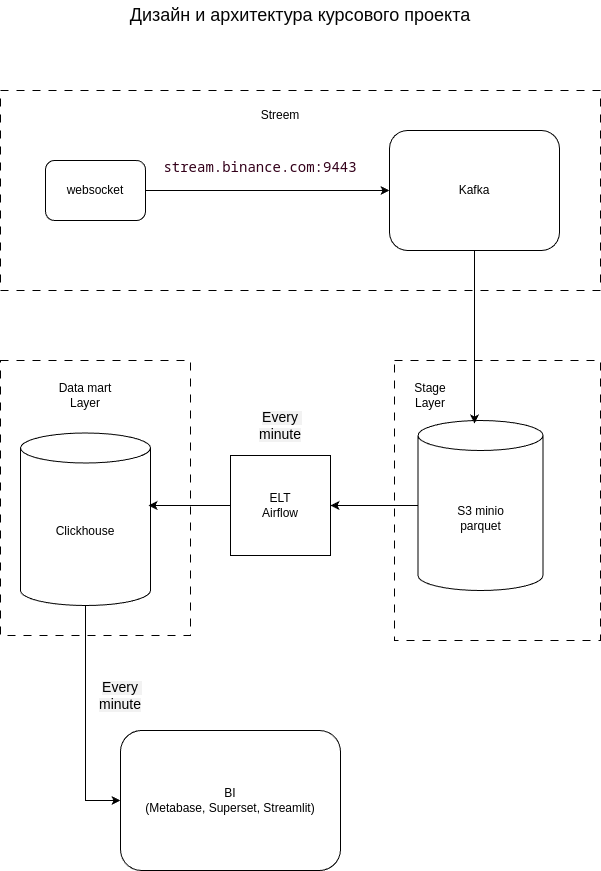
Before: docs/arhitecture.png, a diagram exported from draw.io (netart-studio/otus_de_project). Source tidied: cells renumbered, new cells last; positions are measured from the earlier drawing's top-left corner, leaving out a move shared by most shapes.
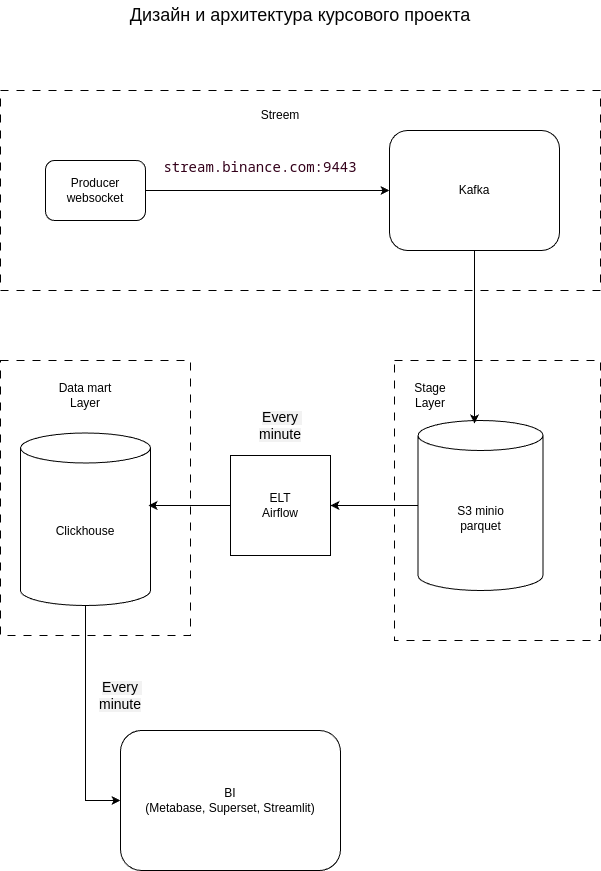
After the change.

Commit message:
Изменил диаграмму архитектуры

What changed in the source:
```diff
@@ -20,7 +20,7 @@
     <mxCell id="7" style="edgeStyle=orthogonalEdgeStyle;rounded=0;jettySize=auto;html=1;entryX=0;entryY=0.5;entryDx=0;entryDy=0;" parent="1" edge="1" source="8" target="15">
       <mxGeometry relative="1" as="geometry" />
     </mxCell>
-    <mxCell id="8" value="websocket" style="rounded=1;whiteSpace=wrap;html=1;" parent="1" vertex="1">
+    <mxCell id="8" value="Producer&lt;div&gt;websocket&lt;/div&gt;" style="rounded=1;whiteSpace=wrap;html=1;" parent="1" vertex="1">
       <mxGeometry x="45" y="160" width="100" height="60" as="geometry" />
     </mxCell>
     <mxCell id="9" value="ELT&lt;div&gt;Airflow&lt;/div&gt;" style="whiteSpace=wrap;html=1;" parent="1" vertex="1">
```
